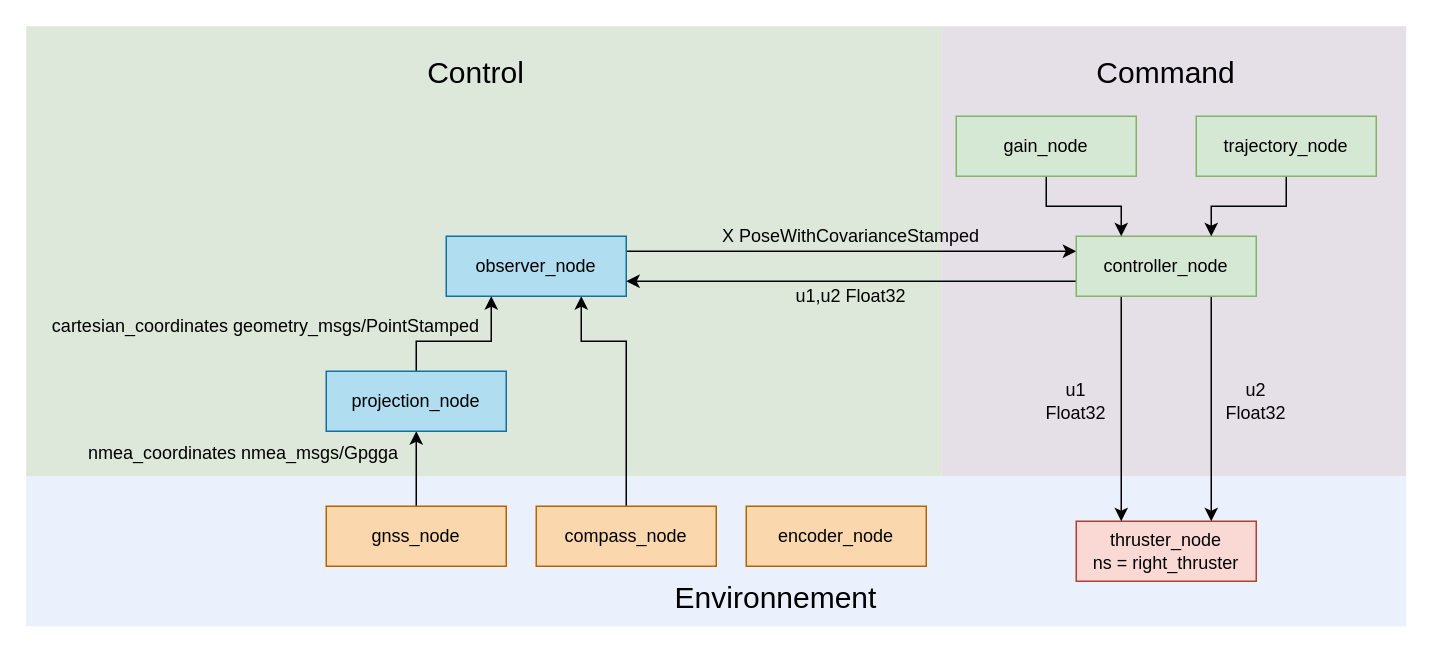
Above: doc/DDBot.drawio in Jules-Berhault/ddbot (draw.io), before the change. Source tidied: cells renumbered, new cells numbered last; positions are measured from the earlier drawing's top-left corner, leaving out a move shared by most shapes. Both pictures are drawn from the tidied source at 150%, with x=0, y=0 at pixel (26, 26).
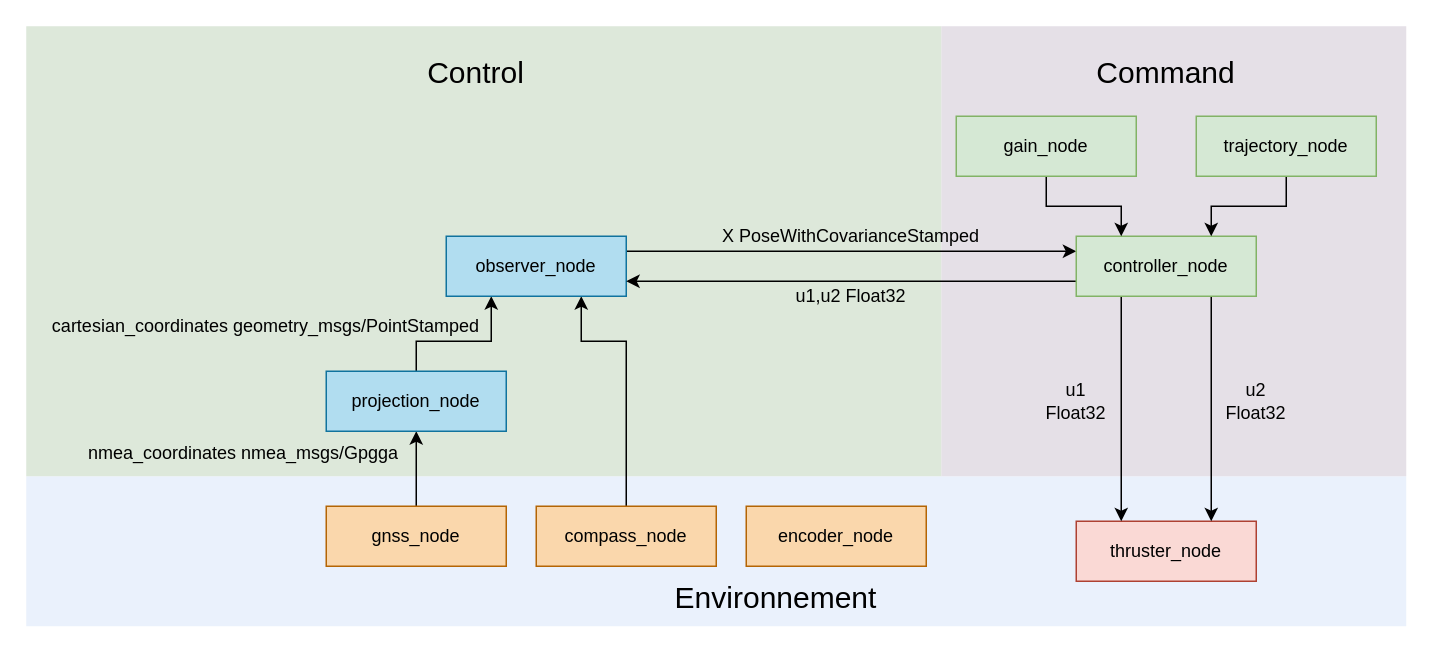
After the change.

Change to the diagram source:
```diff
@@
-    <mxCell id="9" value="thruster_node&lt;br&gt;ns = right_thruster" style="rounded=0;whiteSpace=wrap;html=1;fillColor=#fad9d5;strokeColor=#ae4132;" parent="1" vertex="1">
+    <mxCell id="9" value="thruster_node" style="rounded=0;whiteSpace=wrap;html=1;fillColor=#fad9d5;strokeColor=#ae4132;" parent="1" vertex="1">
       <mxGeometry x="700" y="330" width="120" height="40" as="geometry" />
     </mxCell>
```
